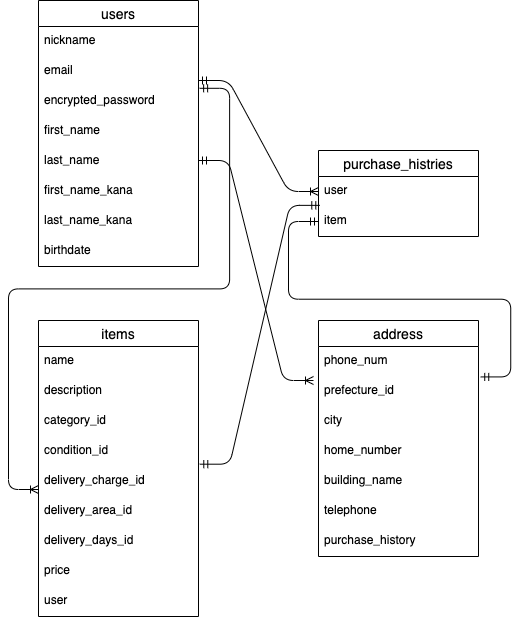
Above: ER.drawio.png in masataka-creator/furima-29611 (draw.io), before the change. Source tidied: cells renumbered, new cells last; positions are measured from the earlier drawing's top-left corner, leaving out a move shared by most shapes.
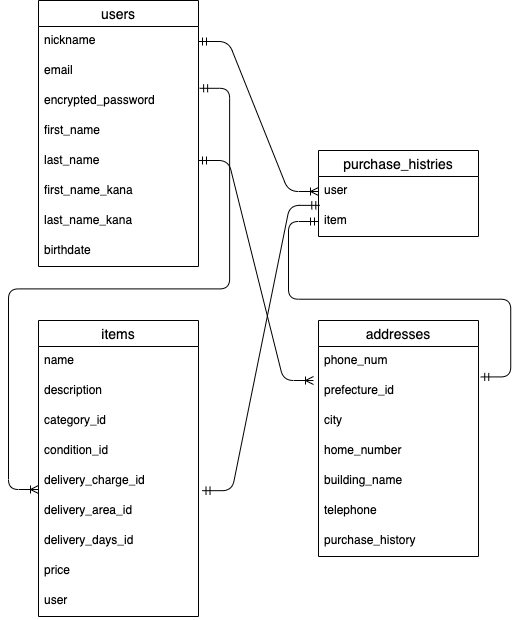
After the commit.

What changed in the source:
```diff
@@ -34,7 +34,7 @@
         <mxPoint y="489" as="targetPoint" />
       </mxGeometry>
     </mxCell>
-    <mxCell id="12" style="edgeStyle=entityRelationEdgeStyle;fontSize=12;html=1;endArrow=ERmandOne;startArrow=ERmandOne;exitX=1.008;exitY=0.923;exitDx=0;exitDy=0;entryX=0.008;entryY=-0.038;entryDx=0;entryDy=0;entryPerimeter=0;exitPerimeter=0;" parent="1" edge="1" source="31" target="24">
+    <mxCell id="12" style="edgeStyle=entityRelationEdgeStyle;fontSize=12;html=1;endArrow=ERmandOne;startArrow=ERmandOne;exitX=1.022;exitY=0.806;exitDx=0;exitDy=0;entryX=0.008;entryY=-0.038;entryDx=0;entryDy=0;entryPerimeter=0;exitPerimeter=0;" parent="1" edge="1" source="32" target="24">
       <mxGeometry relative="1" as="geometry" />
     </mxCell>
     <mxCell id="13" style="edgeStyle=entityRelationEdgeStyle;fontSize=12;html=1;endArrow=ERmandOne;startArrow=ERmandOne;exitX=1.014;exitY=0.014;exitDx=0;exitDy=0;exitPerimeter=0;entryX=0;entryY=0.5;entryDx=0;entryDy=0;" parent="1" edge="1" source="16">
@@ -42,7 +42,7 @@
         <mxPoint x="280" y="221" as="targetPoint" />
       </mxGeometry>
     </mxCell>
-    <mxCell id="14" value="address" style="swimlane;fontStyle=0;horizontal=1;startSize=26;align=center;fontSize=14;" parent="1" vertex="1">
+    <mxCell id="14" value="addresses" style="swimlane;fontStyle=0;horizontal=1;startSize=26;align=center;fontSize=14;" parent="1" vertex="1">
       <mxGeometry x="280" y="320" width="160" height="236" as="geometry" />
     </mxCell>
     <mxCell id="15" value="phone_num" style="text;strokeColor=none;fillColor=none;spacingLeft=4;spacingRight=4;overflow=hidden;fontSize=12;" parent="14" vertex="1">
@@ -75,10 +75,8 @@
     <mxCell id="24" value="item" style="text;strokeColor=none;fillColor=none;spacingLeft=4;spacingRight=4;overflow=hidden;points=[[0,0.5],[1,0.5]];portConstraint=eastwest;fontSize=12;" parent="22" vertex="1">
       <mxGeometry y="56" width="160" height="30" as="geometry" />
     </mxCell>
-    <mxCell id="25" style="edgeStyle=entityRelationEdgeStyle;fontSize=12;html=1;endArrow=ERoneToMany;startArrow=ERmandOne;entryX=0;entryY=0.5;entryDx=0;entryDy=0;" parent="1" edge="1" target="23">
-      <mxGeometry relative="1" as="geometry">
-        <mxPoint x="160" y="80" as="sourcePoint" />
-      </mxGeometry>
+    <mxCell id="25" style="edgeStyle=entityRelationEdgeStyle;fontSize=12;html=1;endArrow=ERoneToMany;startArrow=ERmandOne;entryX=0;entryY=0.5;entryDx=0;entryDy=0;exitX=1;exitY=0.5;exitDx=0;exitDy=0;" parent="1" edge="1" source="3" target="23">
+      <mxGeometry relative="1" as="geometry" />
     </mxCell>
     <mxCell id="26" style="edgeStyle=entityRelationEdgeStyle;fontSize=12;html=1;endArrow=ERoneToMany;startArrow=ERmandOne;" parent="1" edge="1">
       <mxGeometry relative="1" as="geometry">
```
